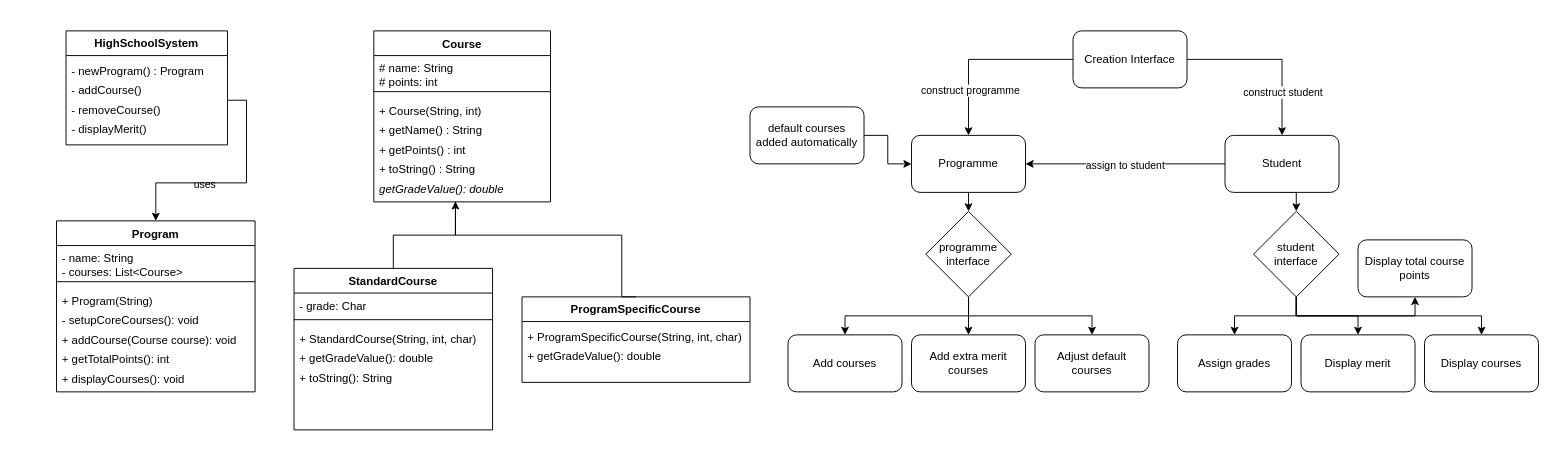
iamsundered/swedish-highschool-merit-calculator keeps this draw.io diagram as merit-calc-Diagram.drawio. Above is the earlier version. Source tidied: cells renumbered, new cells numbered last; positions are measured from the earlier drawing's top-left corner, leaving out a move shared by most shapes. Both pictures are drawn from the tidied source at 95%, with x=0, y=0 at pixel (56, 30).
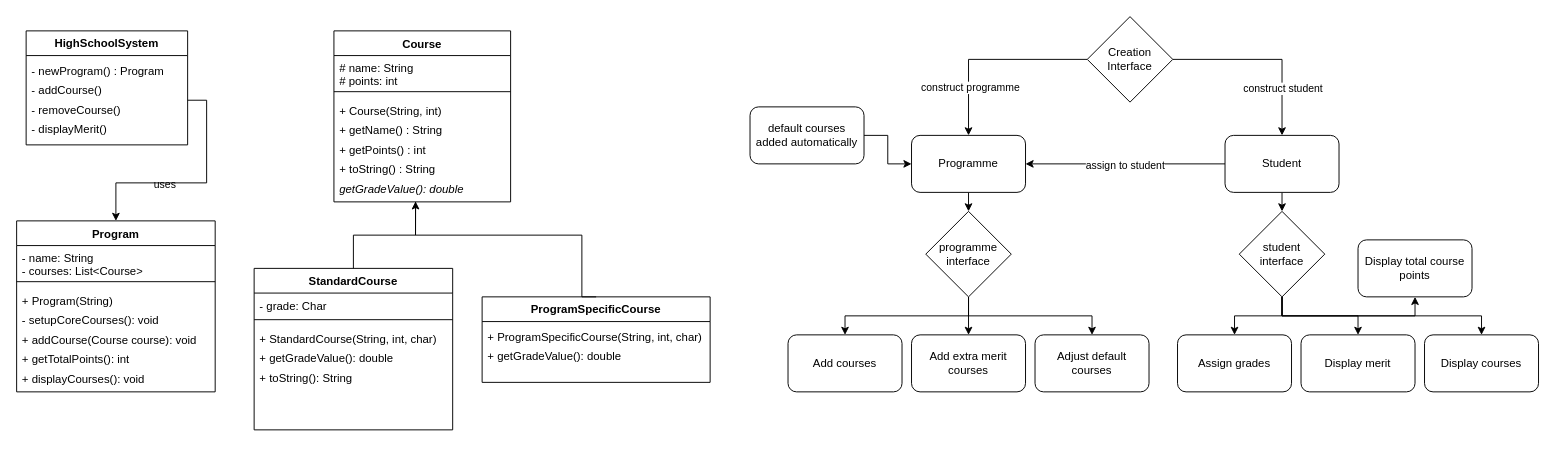
The same page after the edit.

Commit message (it also covers changes not shown here):
Set up a student class to be able to create/add students to the system. Completed basic functionality for the Creation Interface(main menu), now able to create students and assign them to a programme.

The change refers to these unchanged cells:
```xml
<mxCell id="5" value="&lt;div style=&quot;line-height: 170%;&quot;&gt;&lt;font&gt;+ Course(String, int)&lt;/font&gt;&lt;div&gt;&lt;font&gt;+ getName() : String&lt;/font&gt;&lt;/div&gt;&lt;div&gt;&lt;font&gt;+ getPoints() : int&lt;/font&gt;&lt;/div&gt;&lt;div&gt;&lt;font&gt;+ toString() : String&lt;/font&gt;&lt;/div&gt;&lt;div&gt;&lt;i&gt;&lt;font&gt;getGradeValue(): double&lt;/font&gt;&lt;/i&gt;&lt;/div&gt;&lt;/div&gt;" style="text;strokeColor=none;fillColor=none;align=left;verticalAlign=top;spacingLeft=4;spacingRight=4;overflow=hidden;points=[[0,0.5],[1,0.5]];portConstraint=eastwest;whiteSpace=wrap;html=1;labelBackgroundColor=none;" parent="2" vertex="1">
  <mxGeometry y="68" width="186" height="112" as="geometry" />
</mxCell>
<mxCell id="25" value="Student" style="rounded=1;whiteSpace=wrap;html=1;" parent="1" vertex="1">
  <mxGeometry x="1230" y="110" width="120" height="60" as="geometry" />
</mxCell>
<mxCell id="32" value="Programme" style="rounded=1;whiteSpace=wrap;html=1;" parent="1" vertex="1">
  <mxGeometry x="900" y="110" width="120" height="60" as="geometry" />
</mxCell>
```

Diff of the diagram source:
```diff
@@
     <mxCell id="2" value="Course" style="swimlane;fontStyle=1;align=center;verticalAlign=top;horizontal=1;startSize=26;whiteSpace=wrap;html=1;labelBackgroundColor=none;" parent="1" vertex="1">
-      <mxGeometry x="334" width="186" height="180" as="geometry" />
+      <mxGeometry x="292" width="186" height="180" as="geometry" />
     </mxCell>
@@
     <mxCell id="6" value="StandardCourse" style="swimlane;fontStyle=1;align=center;verticalAlign=top;horizontal=1;startSize=26;whiteSpace=wrap;html=1;labelBackgroundColor=none;" parent="1" vertex="1">
-      <mxGeometry x="250" y="250" width="209" height="170" as="geometry" />
+      <mxGeometry x="208" y="250" width="209" height="170" as="geometry" />
     </mxCell>
@@
     <mxCell id="10" value="&lt;b&gt;HighSchoolSystem&lt;/b&gt;" style="swimlane;fontStyle=0;horizontal=1;startSize=26;fillColor=none;whiteSpace=wrap;html=1;labelBackgroundColor=none;" parent="1" vertex="1">
-      <mxGeometry x="10" width="170" height="120" as="geometry" />
+      <mxGeometry x="-32" width="170" height="120" as="geometry" />
     </mxCell>
@@
     <mxCell id="12" value="Program" style="swimlane;fontStyle=1;align=center;verticalAlign=top;horizontal=1;startSize=26;whiteSpace=wrap;html=1;labelBackgroundColor=none;" parent="1" vertex="1">
-      <mxGeometry y="200" width="209" height="180" as="geometry" />
+      <mxGeometry x="-42" y="200" width="209" height="180" as="geometry" />
     </mxCell>
@@
     <mxCell id="16" value="ProgramSpecificCourse" style="swimlane;fontStyle=1;align=center;verticalAlign=top;horizontal=1;startSize=26;whiteSpace=wrap;html=1;labelBackgroundColor=none;" parent="1" vertex="1">
-      <mxGeometry x="490" y="280" width="240" height="90" as="geometry" />
+      <mxGeometry x="448" y="280" width="240" height="90" as="geometry" />
     </mxCell>
@@
     <mxCell id="18" style="edgeStyle=orthogonalEdgeStyle;rounded=0;jettySize=auto;html=1;exitX=0.5;exitY=0;exitDx=0;exitDy=0;entryX=0.462;entryY=1;entryDx=0;entryDy=0;entryPerimeter=0;endArrow=none;startFill=0;labelBackgroundColor=none;fontColor=default;" parent="1" edge="1" source="16" target="5">
       <mxGeometry relative="1" as="geometry">
         <Array as="points">
-          <mxPoint x="595" y="215" />
-          <mxPoint x="420" y="215" />
+          <mxPoint x="553" y="215" />
+          <mxPoint x="378" y="215" />
         </Array>
       </mxGeometry>
     </mxCell>
@@
-    <mxCell id="26" style="edgeStyle=orthogonalEdgeStyle;rounded=0;jettySize=auto;html=1;entryX=0.5;entryY=0;entryDx=0;entryDy=0;" parent="1" edge="1" source="30" target="25">
+    <mxCell id="26" style="edgeStyle=orthogonalEdgeStyle;rounded=0;jettySize=auto;html=1;entryX=0.5;entryY=0;entryDx=0;entryDy=0;exitX=1;exitY=0.5;exitDx=0;exitDy=0;" parent="1" edge="1" source="30" target="25">
       <mxGeometry relative="1" as="geometry" />
     </mxCell>
@@
-    <mxCell id="28" style="edgeStyle=orthogonalEdgeStyle;rounded=0;jettySize=auto;html=1;entryX=0.5;entryY=0;entryDx=0;entryDy=0;" parent="1" edge="1" source="30" target="32">
+    <mxCell id="28" style="edgeStyle=orthogonalEdgeStyle;rounded=0;jettySize=auto;html=1;entryX=0.5;entryY=0;entryDx=0;entryDy=0;exitX=0;exitY=0.5;exitDx=0;exitDy=0;" parent="1" edge="1" source="30" target="32">
       <mxGeometry relative="1" as="geometry" />
     </mxCell>
@@
-    <mxCell id="30" value="Creation Interface" style="rounded=1;whiteSpace=wrap;html=1;" parent="1" vertex="1">
-      <mxGeometry x="1070" width="120" height="60" as="geometry" />
-    </mxCell>
@@
     <mxCell id="50" value="student interface" style="rhombus;whiteSpace=wrap;html=1;" parent="1" vertex="1">
-      <mxGeometry x="1260" y="190" width="90" height="90" as="geometry" />
+      <mxGeometry x="1245" y="190" width="90" height="90" as="geometry" />
     </mxCell>
+    <mxCell id="30" value="Creation Interface" style="rhombus;whiteSpace=wrap;html=1;" parent="1" vertex="1">
+      <mxGeometry x="1085" y="-15" width="90" height="90" as="geometry" />
+    </mxCell>
```
